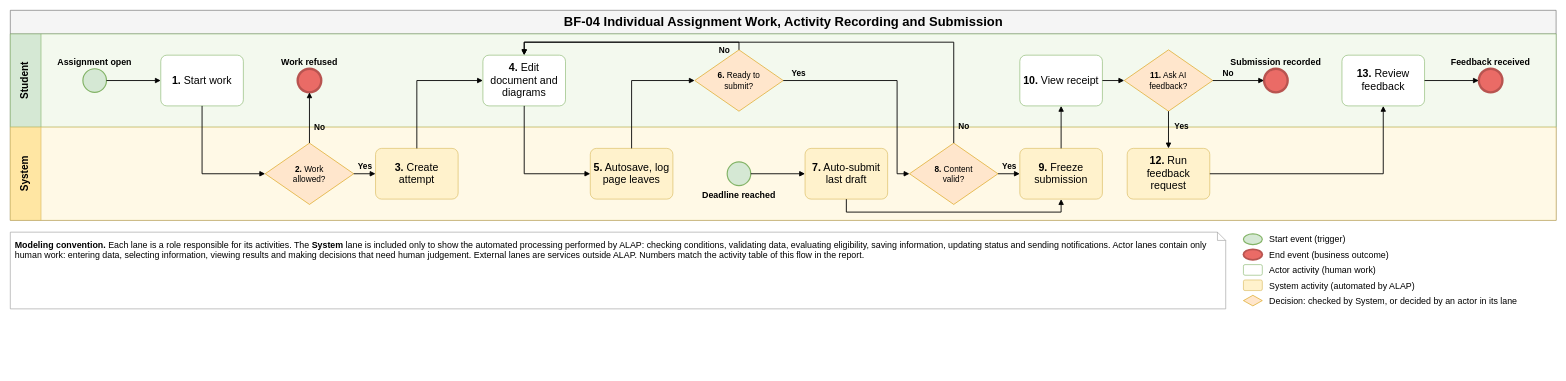
This is page 4 of 12 of aidlc-docs/inception/main-business-flows/AI-Powered-Learning-Platform-Main-Business-Flows.drawio from hygef-v4/AI-Powered-Learning-Platform, a draw.io file, before an edit. Source tidied: cells renumbered, new cells numbered last; positions are measured from the earlier drawing's top-left corner, leaving out a move shared by most shapes. Both pictures are drawn from the tidied source at 59%, with x=0, y=0 at pixel (10, 10).
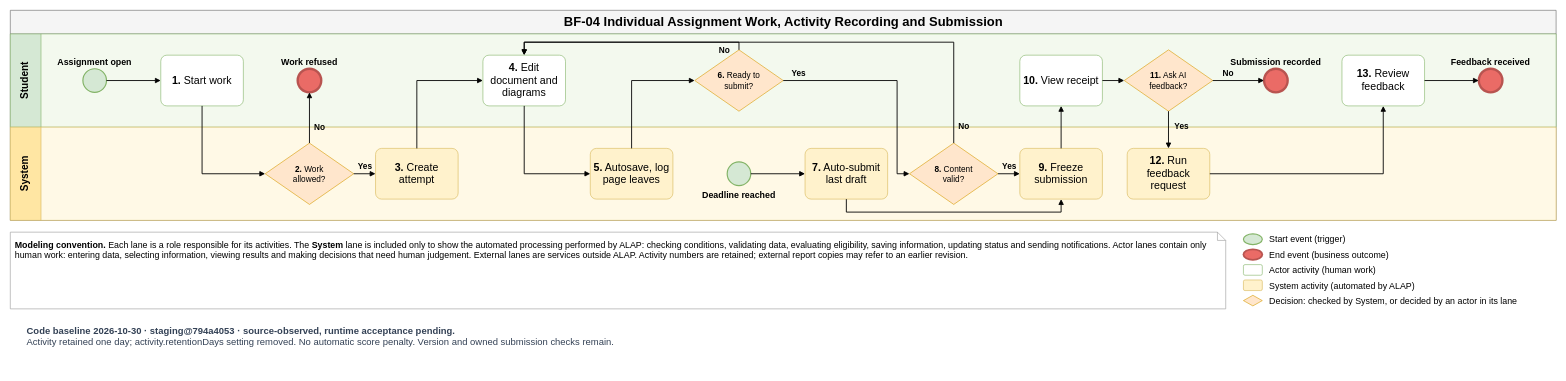
After the change.

What changed in the source:
```diff
@@
-    <mxCell id="42" value="&lt;b&gt;Modeling convention.&lt;/b&gt; Each lane is a role responsible for its activities. The &lt;b&gt;System&lt;/b&gt; lane is included only to show the automated processing performed by ALAP: checking conditions, validating data, evaluating eligibility, saving information, updating status and sending notifications. Actor lanes contain only human work: entering data, selecting information, viewing results and making decisions that need human judgement. External lanes are services outside ALAP. Numbers match the activity table of this flow in the report." style="shape=note;whiteSpace=wrap;html=1;size=14;fillColor=#FFFFFF;strokeColor=#999999;fontSize=15;align=left;verticalAlign=top;spacing=8;" parent="1" vertex="1">
+    <mxCell id="42" value="&lt;b&gt;Modeling convention.&lt;/b&gt; Each lane is a role responsible for its activities. The &lt;b&gt;System&lt;/b&gt; lane is included only to show the automated processing performed by ALAP: checking conditions, validating data, evaluating eligibility, saving information, updating status and sending notifications. Actor lanes contain only human work: entering data, selecting information, viewing results and making decisions that need human judgement. External lanes are services outside ALAP. Activity numbers are retained; external report copies may refer to an earlier revision." style="shape=note;whiteSpace=wrap;html=1;size=14;fillColor=#FFFFFF;strokeColor=#999999;fontSize=15;align=left;verticalAlign=top;spacing=8;" parent="1" vertex="1">
       <mxGeometry y="376" width="2060" height="130" as="geometry" />
     </mxCell>
@@
+    <mxCell id="53" value="&lt;b&gt;Code baseline 2026-10-30 · staging@794a4053 · source-observed, runtime acceptance pending.&lt;/b&gt;&lt;br&gt;Activity retained one day; activity.retentionDays setting removed. No automatic score penalty. Version and owned submission checks remain." style="text;html=1;whiteSpace=wrap;align=left;verticalAlign=top;fontSize=16;fontColor=#334155;spacing=8;" parent="1" vertex="1">
+      <mxGeometry x="20" y="521" width="2580" height="90" as="geometry" />
+    </mxCell>
```
